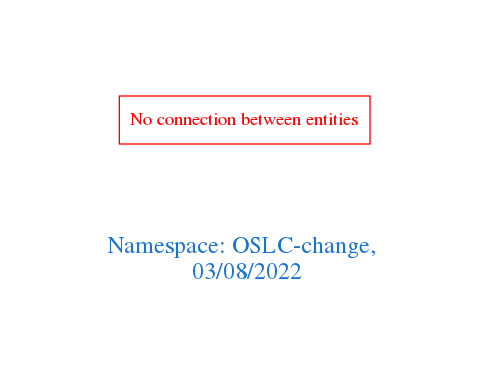
Above: downloads/OSLC-change.png in arago/OGIT (Graphviz), before the change. Its source is kept beside it as downloads/OSLC-change.dot.
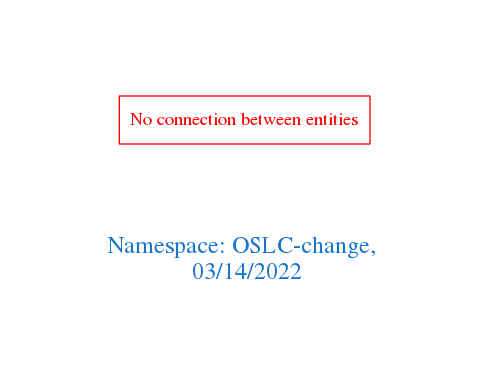
The same diagram one commit later.

Change to the diagram source:
```diff
@@ -1,7 +1,7 @@
 digraph OGIT_ontology {
  graph [ rankdir= LR,pad=1
 fontsize = 18,
-fontcolor= dodgerblue3,label = "\n\n\nNamespace: OSLC-change, \n 03/08/2022"];
+fontcolor= dodgerblue3,label = "\n\n\nNamespace: OSLC-change, \n 03/14/2022"];
 node[shape=polygon];
 edge [  color="gray81"];
 
```
